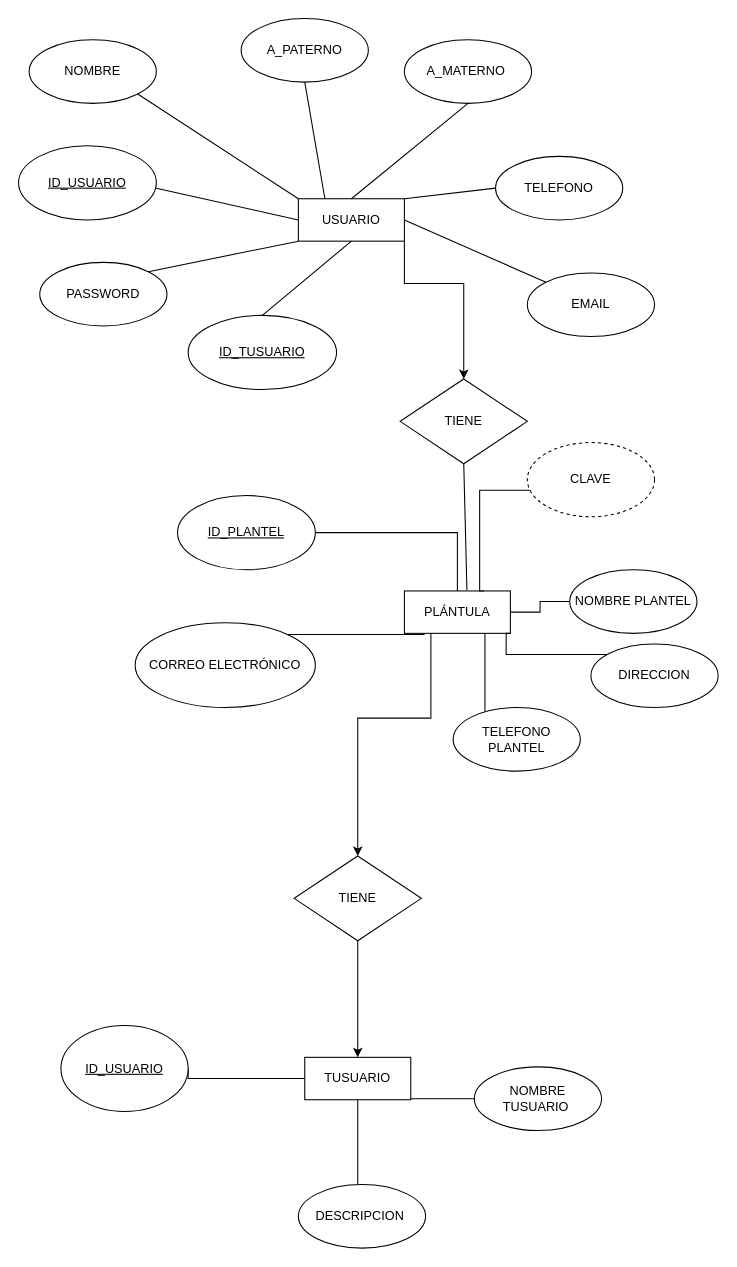
This is Diagrama sin título.drawio from ariadnajcc30/proyecto405, a draw.io file, before an edit. Source tidied: cells renumbered, new cells numbered last; positions are measured from the earlier drawing's top-left corner, leaving out a move shared by most shapes. Both pictures are drawn from the tidied source at 106%, with x=0, y=0 at pixel (18, 18).
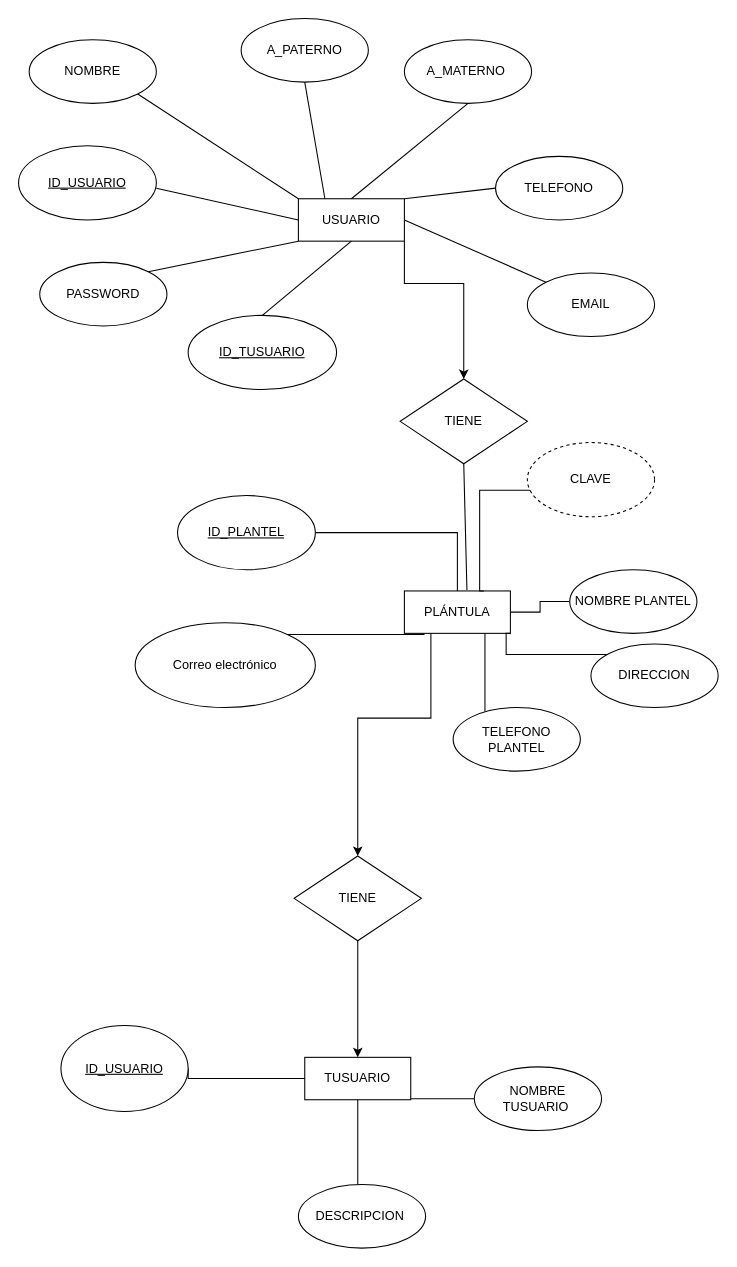
Above is the later version.

The edit, as a diff of the source:
```diff
@@
-    <mxCell id="20" value="CORREO ELECTRÓNICO" style="ellipse;whiteSpace=wrap;html=1;align=center;" parent="1" vertex="1">
+    <mxCell id="20" value="Correo electrónico" style="ellipse;whiteSpace=wrap;html=1;align=center;" parent="1" vertex="1">
       <mxGeometry x="110" y="570" width="170" height="80" as="geometry" />
     </mxCell>
```
